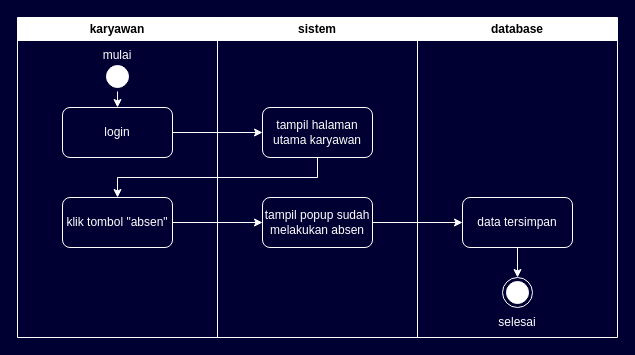
Above: activity diagram absen masuk desain.drawio in k-barr/Diagram (draw.io), before the change. Source tidied: cells renumbered, new cells numbered last; positions are measured from the earlier drawing's top-left corner, leaving out a move shared by most shapes. Both pictures are drawn from the tidied source at 100%, with x=0, y=0 at pixel (17, 17).
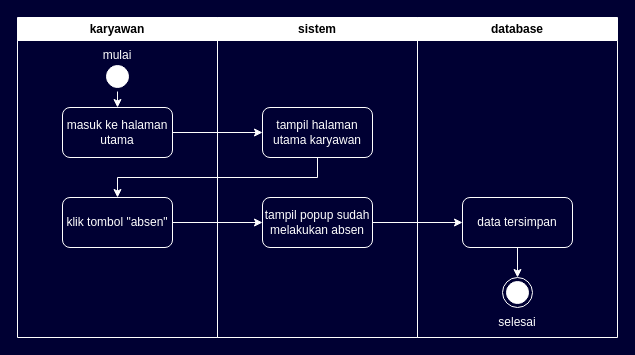
The same page after the edit.

Change to the diagram source:
```diff
@@
 <mxGraphModel background="#000033">
   <root>
     <mxCell id="0" />
     <mxCell id="1" parent="0" />
     <mxCell id="2" value="karyawan" style="swimlane;whiteSpace=wrap;html=1;strokeColor=#FFFFFF;" parent="1" vertex="1">
       <mxGeometry width="200" height="320" as="geometry" />
     </mxCell>
     <mxCell id="3" style="edgeStyle=orthogonalEdgeStyle;rounded=0;jettySize=auto;html=1;exitX=0.5;exitY=1;exitDx=0;exitDy=0;entryX=0.5;entryY=0;entryDx=0;entryDy=0;strokeColor=#FFFFFF;" parent="2" edge="1" source="4" target="5">
       <mxGeometry relative="1" as="geometry" />
     </mxCell>
     <mxCell id="4" style="ellipse;html=1;shape=startState;fillColor=#FFFFFF;strokeColor=#FFFFFF;" parent="2" vertex="1">
       <mxGeometry x="85" y="44" width="30" height="30" as="geometry" />
     </mxCell>
-    <mxCell id="5" value="&lt;font color=&quot;#ffffff&quot;&gt;login&lt;/font&gt;" style="html=1;whiteSpace=wrap;fillColor=none;strokeColor=#FFFFFF;rounded=1;glass=0;" parent="2" vertex="1">
+    <mxCell id="5" value="&lt;font color=&quot;#ffffff&quot;&gt;masuk ke halaman utama&lt;/font&gt;" style="html=1;whiteSpace=wrap;fillColor=none;strokeColor=#FFFFFF;rounded=1;glass=0;" parent="2" vertex="1">
       <mxGeometry x="45" y="90" width="110" height="50" as="geometry" />
     </mxCell>
     <mxCell id="6" value="&lt;font color=&quot;#ffffff&quot;&gt;klik tombol &quot;absen&quot;&lt;/font&gt;" style="html=1;whiteSpace=wrap;fillColor=none;strokeColor=#FFFFFF;rounded=1;glass=0;" parent="2" vertex="1">
       <mxGeometry x="45" y="180" width="110" height="50" as="geometry" />
     </mxCell>
     <mxCell id="7" value="&lt;font color=&quot;#ffffff&quot;&gt;mulai&lt;/font&gt;" style="text;html=1;align=center;verticalAlign=middle;whiteSpace=wrap;rounded=0;" parent="2" vertex="1">
       <mxGeometry x="70" y="23" width="60" height="30" as="geometry" />
     </mxCell>
     <mxCell id="8" value="sistem" style="swimlane;whiteSpace=wrap;html=1;strokeColor=#FFFFFF;" parent="1" vertex="1">
       <mxGeometry x="200" width="200" height="320" as="geometry" />
     </mxCell>
     <mxCell id="9" value="&lt;font color=&quot;#ffffff&quot;&gt;tampil halaman utama karyawan&lt;/font&gt;" style="html=1;whiteSpace=wrap;fillColor=none;strokeColor=#FFFFFF;rounded=1;glass=0;" parent="8" vertex="1">
       <mxGeometry x="45" y="90" width="110" height="50" as="geometry" />
     </mxCell>
     <mxCell id="10" value="&lt;font color=&quot;#ffffff&quot;&gt;tampil popup sudah melakukan absen&lt;/font&gt;" style="html=1;whiteSpace=wrap;fillColor=none;strokeColor=#FFFFFF;rounded=1;glass=0;" parent="8" vertex="1">
       <mxGeometry x="45" y="180" width="110" height="50" as="geometry" />
     </mxCell>
     <mxCell id="11" value="database" style="swimlane;whiteSpace=wrap;html=1;strokeColor=#FFFFFF;" parent="1" vertex="1">
       <mxGeometry x="400" width="200" height="320" as="geometry" />
     </mxCell>
     <mxCell id="12" style="ellipse;html=1;shape=endState;fillColor=#FFFFFF;strokeColor=#FFFFFF;" parent="11" vertex="1">
       <mxGeometry x="85" y="260" width="30" height="30" as="geometry" />
     </mxCell>
     <mxCell id="13" style="edgeStyle=orthogonalEdgeStyle;rounded=0;jettySize=auto;html=1;exitX=0.5;exitY=1;exitDx=0;exitDy=0;entryX=0.5;entryY=0;entryDx=0;entryDy=0;strokeColor=#FFFFFF;" parent="11" edge="1" source="14" target="12">
       <mxGeometry relative="1" as="geometry" />
     </mxCell>
     <mxCell id="14" value="&lt;font color=&quot;#ffffff&quot;&gt;data tersimpan&lt;/font&gt;" style="html=1;whiteSpace=wrap;fillColor=none;strokeColor=#FFFFFF;rounded=1;glass=0;" parent="11" vertex="1">
       <mxGeometry x="45" y="180" width="110" height="50" as="geometry" />
     </mxCell>
     <mxCell id="15" value="&lt;font color=&quot;#ffffff&quot;&gt;selesai&lt;/font&gt;" style="text;html=1;align=center;verticalAlign=middle;whiteSpace=wrap;rounded=0;" parent="11" vertex="1">
       <mxGeometry x="70" y="290" width="60" height="30" as="geometry" />
     </mxCell>
     <mxCell id="16" style="edgeStyle=orthogonalEdgeStyle;rounded=0;jettySize=auto;html=1;exitX=1;exitY=0.5;exitDx=0;exitDy=0;entryX=0;entryY=0.5;entryDx=0;entryDy=0;strokeColor=#FFFFFF;" parent="1" edge="1" source="5" target="9">
       <mxGeometry relative="1" as="geometry" />
     </mxCell>
     <mxCell id="17" style="edgeStyle=orthogonalEdgeStyle;rounded=0;jettySize=auto;html=1;exitX=0.5;exitY=1;exitDx=0;exitDy=0;entryX=0.5;entryY=0;entryDx=0;entryDy=0;strokeColor=#FFFFFF;" parent="1" edge="1" source="9" target="6">
       <mxGeometry relative="1" as="geometry" />
     </mxCell>
     <mxCell id="18" style="edgeStyle=orthogonalEdgeStyle;rounded=0;jettySize=auto;html=1;exitX=1;exitY=0.5;exitDx=0;exitDy=0;entryX=0;entryY=0.5;entryDx=0;entryDy=0;strokeColor=#FFFFFF;" parent="1" edge="1" source="6" target="10">
       <mxGeometry relative="1" as="geometry" />
     </mxCell>
     <mxCell id="19" style="edgeStyle=orthogonalEdgeStyle;rounded=0;jettySize=auto;html=1;exitX=1;exitY=0.5;exitDx=0;exitDy=0;entryX=0;entryY=0.5;entryDx=0;entryDy=0;strokeColor=#FFFFFF;" parent="1" edge="1" source="10" target="14">
       <mxGeometry relative="1" as="geometry" />
     </mxCell>
   </root>
 </mxGraphModel>
```
